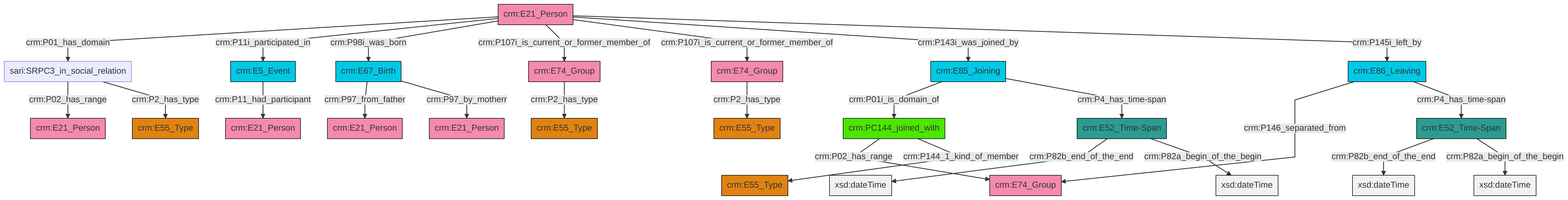
Before: et/personCSV/ttl/mmd/png/Person_Actor_Relations.png, a diagram exported from Mermaid (swiss-art-research-net/docs.swissartresearch). Its source is kept beside it as et/personCSV/ttl/mmd/Person_Actor_Relations.ttl.mmd.
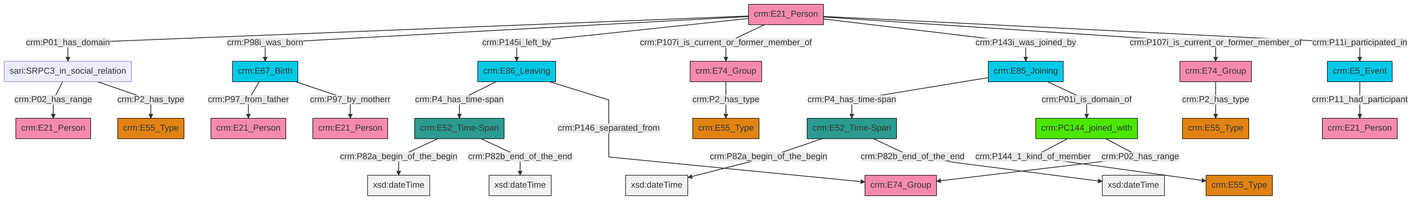
The same file after the commit.

Diff of the diagram source:
```diff
@@ -14,26 +14,26 @@
 classDef Multi fill:#cccccc,stroke:#000000;
 
 0["crm:E21_Person"]:::Actor -->|crm:P01_has_domain| 1["sari:SRPC3_in_social_relation"]:::Default
-8["crm:E52_Time-Span"]:::Time-Span -->|crm:P82b_end_of_the_end| 9[xsd:dateTime]:::Literal
-10["crm:E52_Time-Span"]:::Time-Span -->|crm:P82b_end_of_the_end| 11[xsd:dateTime]:::Literal
-12["crm:PC144_joined_with"]:::PC_Classes -->|crm:P02_has_range| 13["crm:E74_Group"]:::Actor
-0["crm:E21_Person"]:::Actor -->|crm:P11i_participated_in| 16["crm:E5_Event"]:::Temporal_Entity
-21["crm:E67_Birth"]:::Temporal_Entity -->|crm:P97_from_father| 4["crm:E21_Person"]:::Actor
-8["crm:E52_Time-Span"]:::Time-Span -->|crm:P82a_begin_of_the_begin| 22[xsd:dateTime]:::Literal
-10["crm:E52_Time-Span"]:::Time-Span -->|crm:P82a_begin_of_the_begin| 23[xsd:dateTime]:::Literal
-24["crm:E85_Joining"]:::Temporal_Entity -->|crm:P01i_is_domain_of| 12["crm:PC144_joined_with"]:::PC_Classes
-0["crm:E21_Person"]:::Actor -->|crm:P98i_was_born| 21["crm:E67_Birth"]:::Temporal_Entity
-16["crm:E5_Event"]:::Temporal_Entity -->|crm:P11_had_participant| 28["crm:E21_Person"]:::Actor
-0["crm:E21_Person"]:::Actor -->|crm:P107i_is_current_or_former_member_of| 26["crm:E74_Group"]:::Actor
-26["crm:E74_Group"]:::Actor -->|crm:P2_has_type| 17["crm:E55_Type"]:::Type
+4["crm:E67_Birth"]:::Temporal_Entity -->|crm:P97_from_father| 2["crm:E21_Person"]:::Actor
+6["crm:E86_Leaving"]:::Temporal_Entity -->|crm:P4_has_time-span| 8["crm:E52_Time-Span"]:::Time-Span
+9["crm:E85_Joining"]:::Temporal_Entity -->|crm:P4_has_time-span| 10["crm:E52_Time-Span"]:::Time-Span
+11["crm:E5_Event"]:::Temporal_Entity -->|crm:P11_had_participant| 12["crm:E21_Person"]:::Actor
+4["crm:E67_Birth"]:::Temporal_Entity -->|crm:P97_by_motherr| 13["crm:E21_Person"]:::Actor
+8["crm:E52_Time-Span"]:::Time-Span -->|crm:P82a_begin_of_the_begin| 16[xsd:dateTime]:::Literal
+0["crm:E21_Person"]:::Actor -->|crm:P98i_was_born| 4["crm:E67_Birth"]:::Temporal_Entity
+0["crm:E21_Person"]:::Actor -->|crm:P145i_left_by| 6["crm:E86_Leaving"]:::Temporal_Entity
+17["crm:PC144_joined_with"]:::PC_Classes -->|crm:P144_1_kind_of_member| 18["crm:E55_Type"]:::Type
+0["crm:E21_Person"]:::Actor -->|crm:P107i_is_current_or_former_member_of| 21["crm:E74_Group"]:::Actor
+0["crm:E21_Person"]:::Actor -->|crm:P143i_was_joined_by| 9["crm:E85_Joining"]:::Temporal_Entity
+17["crm:PC144_joined_with"]:::PC_Classes -->|crm:P02_has_range| 22["crm:E74_Group"]:::Actor
+1["sari:SRPC3_in_social_relation"]:::Default -->|crm:P02_has_range| 25["crm:E21_Person"]:::Actor
+10["crm:E52_Time-Span"]:::Time-Span -->|crm:P82a_begin_of_the_begin| 26[xsd:dateTime]:::Literal
+1["sari:SRPC3_in_social_relation"]:::Default -->|crm:P2_has_type| 34["crm:E55_Type"]:::Type
+8["crm:E52_Time-Span"]:::Time-Span -->|crm:P82b_end_of_the_end| 35[xsd:dateTime]:::Literal
 0["crm:E21_Person"]:::Actor -->|crm:P107i_is_current_or_former_member_of| 19["crm:E74_Group"]:::Actor
-1["sari:SRPC3_in_social_relation"]:::Default -->|crm:P02_has_range| 35["crm:E21_Person"]:::Actor
-12["crm:PC144_joined_with"]:::PC_Classes -->|crm:P144_1_kind_of_member| 31["crm:E55_Type"]:::Type
-0["crm:E21_Person"]:::Actor -->|crm:P143i_was_joined_by| 24["crm:E85_Joining"]:::Temporal_Entity
-0["crm:E21_Person"]:::Actor -->|crm:P145i_left_by| 39["crm:E86_Leaving"]:::Temporal_Entity
-39["crm:E86_Leaving"]:::Temporal_Entity -->|crm:P146_separated_from| 13["crm:E74_Group"]:::Actor
-21["crm:E67_Birth"]:::Temporal_Entity -->|crm:P97_by_motherr| 41["crm:E21_Person"]:::Actor
-19["crm:E74_Group"]:::Actor -->|crm:P2_has_type| 2["crm:E55_Type"]:::Type
-24["crm:E85_Joining"]:::Temporal_Entity -->|crm:P4_has_time-span| 10["crm:E52_Time-Span"]:::Time-Span
-1["sari:SRPC3_in_social_relation"]:::Default -->|crm:P2_has_type| 6["crm:E55_Type"]:::Type
-39["crm:E86_Leaving"]:::Temporal_Entity -->|crm:P4_has_time-span| 8["crm:E52_Time-Span"]:::Time-Span
+21["crm:E74_Group"]:::Actor -->|crm:P2_has_type| 27["crm:E55_Type"]:::Type
+0["crm:E21_Person"]:::Actor -->|crm:P11i_participated_in| 11["crm:E5_Event"]:::Temporal_Entity
+6["crm:E86_Leaving"]:::Temporal_Entity -->|crm:P146_separated_from| 22["crm:E74_Group"]:::Actor
+10["crm:E52_Time-Span"]:::Time-Span -->|crm:P82b_end_of_the_end| 40[xsd:dateTime]:::Literal
+19["crm:E74_Group"]:::Actor -->|crm:P2_has_type| 23["crm:E55_Type"]:::Type
+9["crm:E85_Joining"]:::Temporal_Entity -->|crm:P01i_is_domain_of| 17["crm:PC144_joined_with"]:::PC_Classes
```
